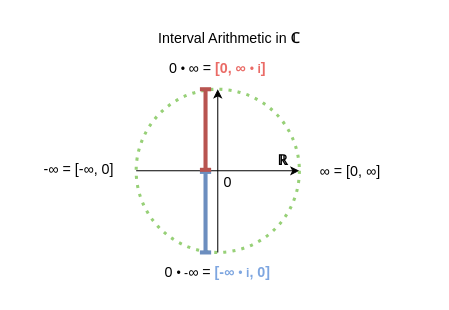
Before: illustrations/visual_interval_number.drawio in McNopper/ZeroInfinity, a draw.io diagram. Source tidied: cells renumbered, new cells numbered last; positions are measured from the earlier drawing's top-left corner, leaving out a move shared by most shapes. Both pictures are drawn from the tidied source at 102%, with x=0, y=0 at pixel (17, 17).
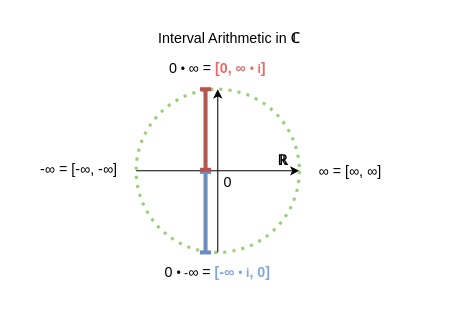
The same page after the edit.

The edit, as a diff of the source:
```diff
@@
 <mxGraphModel>
   <root>
     <mxCell id="0" />
     <mxCell id="1" parent="0" />
     <mxCell id="2" style="endArrow=classic;html=1;rounded=0;entryX=1;entryY=0.5;entryDx=0;entryDy=0;exitX=0;exitY=0.5;exitDx=0;exitDy=0;" parent="1" edge="1" source="5" target="5">
       <mxGeometry relative="1" as="geometry" />
     </mxCell>
-    <mxCell id="3" value="&lt;font style=&quot;font-size: 14px;&quot;&gt;∞&amp;nbsp;&lt;/font&gt;&lt;span style=&quot;font-size: 14px;&quot;&gt;= [&lt;/span&gt;&lt;span style=&quot;font-size: 14px;&quot;&gt;0,&amp;nbsp;&lt;/span&gt;&lt;span style=&quot;font-size: 14px;&quot;&gt;∞&lt;/span&gt;&lt;span style=&quot;font-size: 14px;&quot;&gt;]&lt;/span&gt;" style="text;html=1;align=center;verticalAlign=middle;whiteSpace=wrap;rounded=0;" parent="1" vertex="1">
+    <mxCell id="3" value="&lt;font style=&quot;font-size: 14px;&quot;&gt;∞&amp;nbsp;&lt;/font&gt;&lt;span style=&quot;font-size: 14px;&quot;&gt;= [&lt;/span&gt;&lt;span style=&quot;font-size: 14px;&quot;&gt;∞&lt;/span&gt;&lt;span style=&quot;font-size: 14px;&quot;&gt;,&amp;nbsp;&lt;/span&gt;&lt;span style=&quot;font-size: 14px;&quot;&gt;∞&lt;/span&gt;&lt;span style=&quot;font-size: 14px;&quot;&gt;]&lt;/span&gt;" style="text;html=1;align=center;verticalAlign=middle;whiteSpace=wrap;rounded=0;" parent="1" vertex="1">
       <mxGeometry x="266" y="131" width="120" height="40" as="geometry" />
     </mxCell>
     <mxCell id="4" value="&lt;span style=&quot;font-size: 14px;&quot;&gt;Interval Arithmetic in&amp;nbsp;&lt;/span&gt;&lt;b style=&quot;font-size: 14px; text-align: center;&quot;&gt;ℂ&lt;/b&gt;" style="text;html=1;align=left;verticalAlign=middle;whiteSpace=wrap;rounded=0;" parent="1" vertex="1">
       <mxGeometry x="136" width="270" height="40" as="geometry" />
     </mxCell>
     <mxCell id="5" style="ellipse;whiteSpace=wrap;html=1;fillColor=none;dashed=1;dashPattern=1 2;strokeColor=#97D077;strokeWidth=3;" parent="1" vertex="1">
       <mxGeometry x="116" y="70" width="160" height="160" as="geometry" />
     </mxCell>
-    <mxCell id="6" value="&lt;font style=&quot;font-size: 14px;&quot;&gt;-∞&amp;nbsp;&lt;/font&gt;&lt;span style=&quot;font-size: 14px;&quot;&gt;= [-&lt;/span&gt;&lt;span style=&quot;font-size: 14px;&quot;&gt;∞, 0&lt;/span&gt;&lt;span style=&quot;font-size: 14px;&quot;&gt;]&lt;/span&gt;" style="text;html=1;align=center;verticalAlign=middle;whiteSpace=wrap;rounded=0;" parent="1" vertex="1">
+    <mxCell id="6" value="&lt;font style=&quot;font-size: 14px;&quot;&gt;-∞&amp;nbsp;&lt;/font&gt;&lt;span style=&quot;font-size: 14px;&quot;&gt;= [-&lt;/span&gt;&lt;span style=&quot;font-size: 14px;&quot;&gt;∞,&amp;nbsp;&lt;/span&gt;&lt;span style=&quot;font-size: 14px;&quot;&gt;-&lt;/span&gt;&lt;span style=&quot;font-size: 14px;&quot;&gt;∞&lt;/span&gt;&lt;span style=&quot;font-size: 14px;&quot;&gt;]&lt;/span&gt;" style="text;html=1;align=center;verticalAlign=middle;whiteSpace=wrap;rounded=0;" parent="1" vertex="1">
       <mxGeometry y="129" width="120" height="40" as="geometry" />
     </mxCell>
     <mxCell id="7" value="&lt;font style=&quot;font-size: 14px;&quot;&gt;0&lt;/font&gt;" style="text;html=1;align=center;verticalAlign=middle;whiteSpace=wrap;rounded=0;" parent="1" vertex="1">
       <mxGeometry x="176" y="141" width="60" height="39" as="geometry" />
     </mxCell>
     <mxCell id="8" style="endArrow=classic;html=1;rounded=0;entryX=0.5;entryY=0;entryDx=0;entryDy=0;" parent="1" edge="1" target="5">
       <mxGeometry relative="1" as="geometry">
         <mxPoint x="196" y="230" as="sourcePoint" />
       </mxGeometry>
     </mxCell>
     <mxCell id="9" value="&lt;font style=&quot;font-size: 14px;&quot;&gt;0&amp;nbsp;&lt;span style=&quot;font-size: 12px; background-color: initial;&quot;&gt;•&amp;nbsp;&lt;/span&gt;∞ =&amp;nbsp;&lt;/font&gt;&lt;b style=&quot;color: rgb(234, 107, 102); font-size: 14px;&quot;&gt;[0,&amp;nbsp;∞&amp;nbsp;&lt;/b&gt;&lt;span style=&quot;color: rgb(234, 107, 102);&quot;&gt;•&amp;nbsp;&lt;b&gt;i&lt;/b&gt;&lt;/span&gt;&lt;b style=&quot;color: rgb(234, 107, 102); font-size: 14px;&quot;&gt;]&lt;/b&gt;" style="text;html=1;align=center;verticalAlign=middle;whiteSpace=wrap;rounded=0;" parent="1" vertex="1">
       <mxGeometry x="116" y="30" width="160" height="40" as="geometry" />
     </mxCell>
     <mxCell id="10" value="&lt;font style=&quot;font-size: 14px;&quot;&gt;0&amp;nbsp;&lt;span style=&quot;font-size: 12px; background-color: initial;&quot;&gt;• -&lt;/span&gt;∞ =&amp;nbsp;&lt;/font&gt;&lt;font color=&quot;#7ea6e0&quot;&gt;&lt;b style=&quot;font-size: 14px;&quot;&gt;[-∞&amp;nbsp;&lt;/b&gt;•&amp;nbsp;&lt;b&gt;i&lt;/b&gt;&lt;b style=&quot;font-size: 14px;&quot;&gt;, 0]&lt;/b&gt;&lt;/font&gt;" style="text;html=1;align=center;verticalAlign=middle;whiteSpace=wrap;rounded=0;" parent="1" vertex="1">
       <mxGeometry x="116" y="230" width="160" height="40" as="geometry" />
     </mxCell>
     <mxCell id="11" style="endArrow=baseDash;html=1;rounded=0;startArrow=baseDash;startFill=0;endFill=0;entryX=1;entryY=0.5;entryDx=0;entryDy=0;fillColor=#dae8fc;strokeColor=#6c8ebf;strokeWidth=4;" parent="1" edge="1">
       <mxGeometry relative="1" as="geometry">
         <mxPoint x="184" y="230" as="sourcePoint" />
         <mxPoint x="184" y="151" as="targetPoint" />
       </mxGeometry>
     </mxCell>
     <mxCell id="12" style="endArrow=baseDash;html=1;rounded=0;startArrow=baseDash;startFill=0;endFill=0;entryX=1;entryY=0.5;entryDx=0;entryDy=0;fillColor=#f8cecc;strokeColor=#b85450;strokeWidth=4;" parent="1" edge="1">
       <mxGeometry relative="1" as="geometry">
         <mxPoint x="184" y="149" as="sourcePoint" />
         <mxPoint x="184" y="70" as="targetPoint" />
       </mxGeometry>
     </mxCell>
     <mxCell id="13" value="&lt;font style=&quot;font-size: 14px;&quot;&gt;&lt;b&gt;ℝ&lt;/b&gt;&lt;/font&gt;" style="text;html=1;align=center;verticalAlign=middle;whiteSpace=wrap;rounded=0;" parent="1" vertex="1">
       <mxGeometry x="230" y="120" width="60" height="40" as="geometry" />
     </mxCell>
   </root>
 </mxGraphModel>
```
